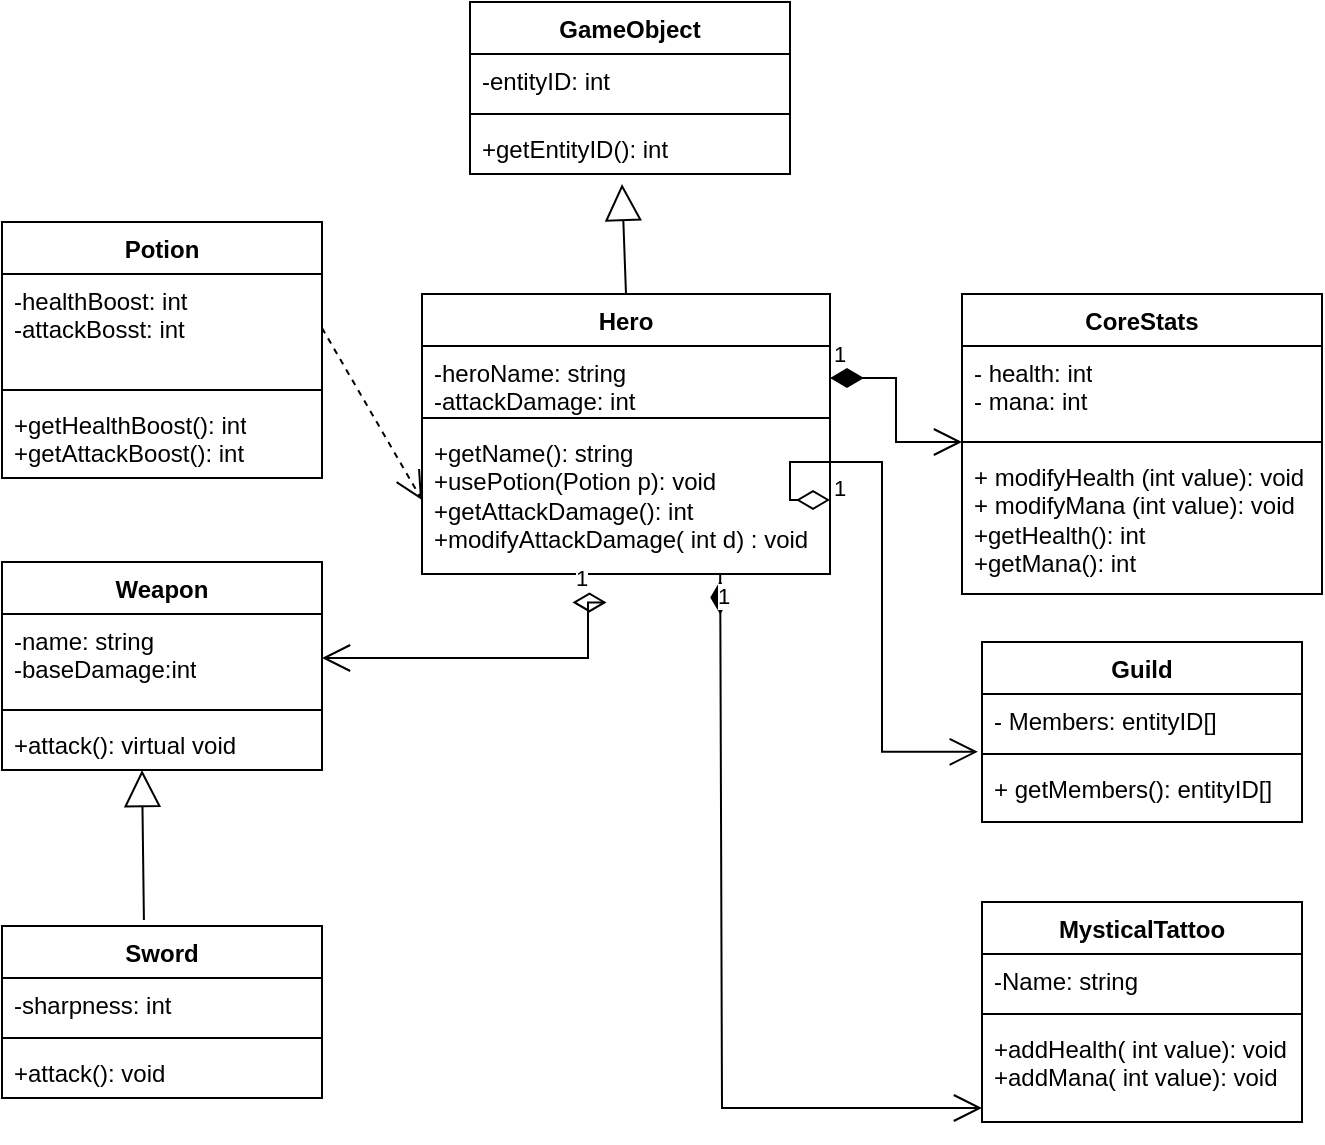
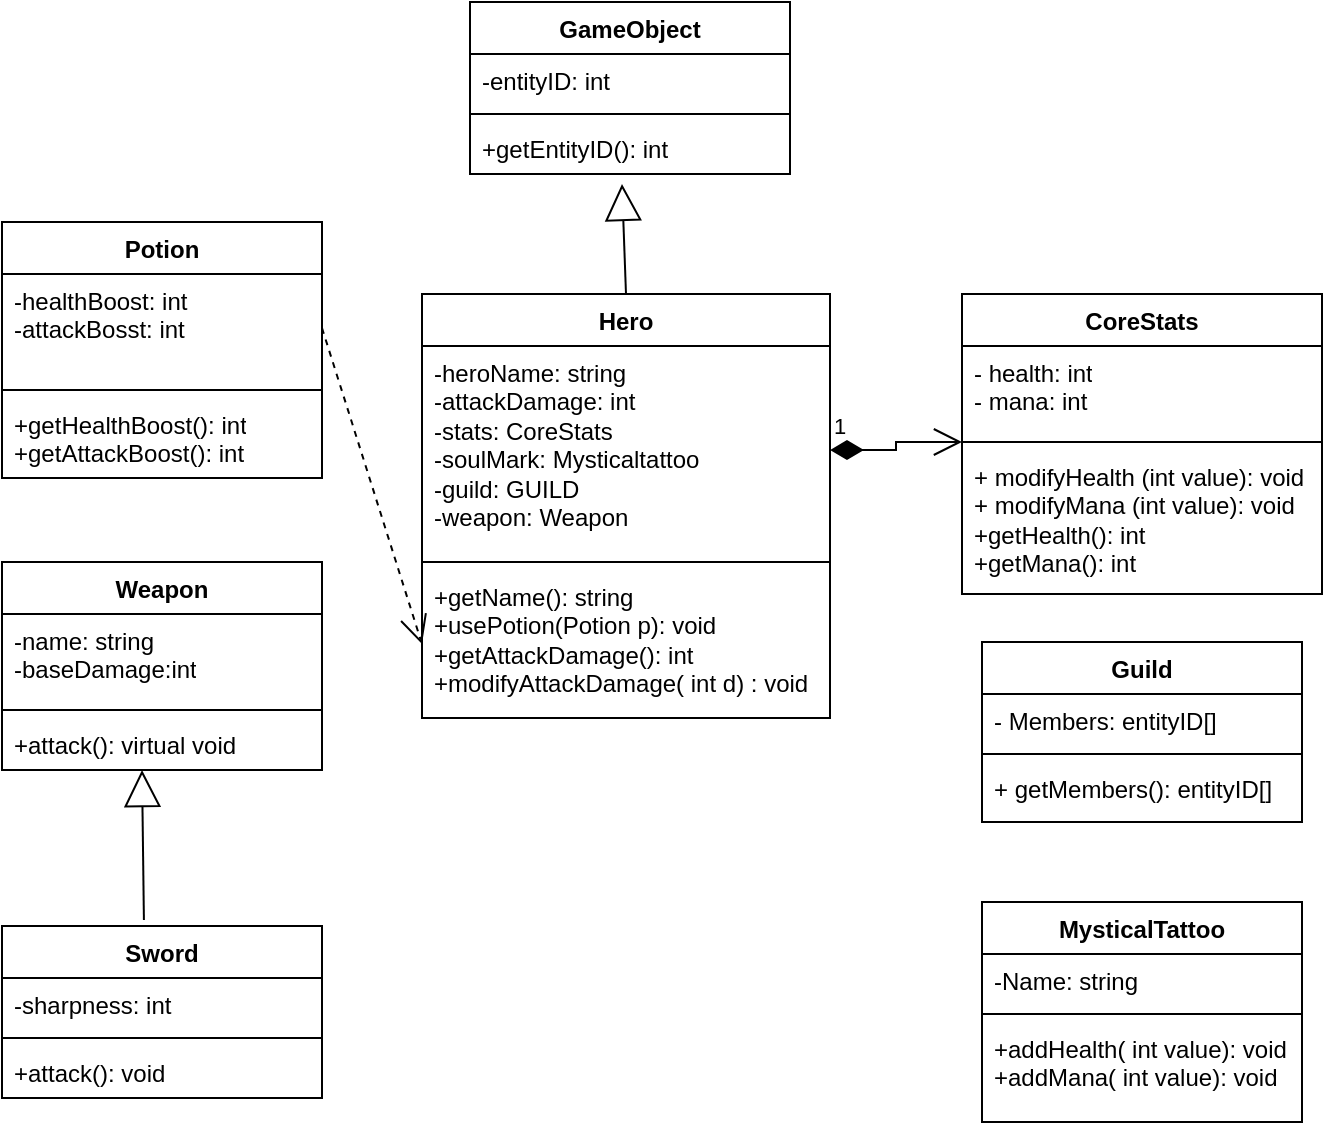
- <mxfile host="Electron" modified="2026-05-21T20:30:16.465Z" agent="Mozilla/5.0 (Windows NT 10.0; Win64; x64) AppleWebKit/537.36 (KHTML, like Gecko) draw.io/24.4.0 Chrome/120.0.6099.109 Electron/28.1.0 Safari/537.36" etag="jNCnLj4tT-knDkGdtF-_" version="24.4.0" type="device">
+ <mxfile host="Electron" modified="2026-05-21T22:03:56.029Z" agent="Mozilla/5.0 (Windows NT 10.0; Win64; x64) AppleWebKit/537.36 (KHTML, like Gecko) draw.io/24.4.0 Chrome/120.0.6099.109 Electron/28.1.0 Safari/537.36" etag="3OSmOnO3zTKAAylb2RSe" version="24.4.0" type="device">
  <diagram id="C5RBs43oDa-KdzZeNtuy" name="Page-1">
-     <mxGraphModel dx="1016" dy="607" grid="1" gridSize="10" guides="1" tooltips="1" connect="1" arrows="1" fold="1" page="1" pageScale="1" pageWidth="827" pageHeight="1169" math="0" shadow="0">
+     <mxGraphModel dx="720" dy="430" grid="1" gridSize="10" guides="1" tooltips="1" connect="1" arrows="1" fold="1" page="1" pageScale="1" pageWidth="827" pageHeight="1169" math="0" shadow="0">
      <root>
        <mxCell id="WIyWlLk6GJQsqaUBKTNV-0" />
        <mxCell id="WIyWlLk6GJQsqaUBKTNV-1" parent="WIyWlLk6GJQsqaUBKTNV-0" />
        <mxCell id="p3vUgTUbWygCvYEN91rt-4" value="Hero" style="swimlane;fontStyle=1;align=center;verticalAlign=top;childLayout=stackLayout;horizontal=1;startSize=26;horizontalStack=0;resizeParent=1;resizeParentMax=0;resizeLast=0;collapsible=1;marginBottom=0;whiteSpace=wrap;html=1;" vertex="1" parent="WIyWlLk6GJQsqaUBKTNV-1">
-           <mxGeometry x="310" y="166" width="204" height="140" as="geometry" />
+           <mxGeometry x="310" y="166" width="204" height="212" as="geometry" />
        </mxCell>
-         <mxCell id="p3vUgTUbWygCvYEN91rt-5" value="-heroName: string&lt;div&gt;-attackDamage: int&lt;/div&gt;" style="text;strokeColor=none;fillColor=none;align=left;verticalAlign=top;spacingLeft=4;spacingRight=4;overflow=hidden;rotatable=0;points=[[0,0.5],[1,0.5]];portConstraint=eastwest;whiteSpace=wrap;html=1;" vertex="1" parent="p3vUgTUbWygCvYEN91rt-4">
-           <mxGeometry y="26" width="204" height="32" as="geometry" />
+         <mxCell id="p3vUgTUbWygCvYEN91rt-5" value="-heroName: string&lt;div&gt;-attackDamage: int&lt;/div&gt;&lt;div&gt;-stats: CoreStats&lt;/div&gt;&lt;div&gt;-soulMark: Mysticaltattoo&lt;/div&gt;&lt;div&gt;-guild: GUILD&lt;/div&gt;&lt;div&gt;-weapon: Weapon&lt;/div&gt;&lt;div&gt;&lt;br&gt;&lt;/div&gt;" style="text;strokeColor=none;fillColor=none;align=left;verticalAlign=top;spacingLeft=4;spacingRight=4;overflow=hidden;rotatable=0;points=[[0,0.5],[1,0.5]];portConstraint=eastwest;whiteSpace=wrap;html=1;" vertex="1" parent="p3vUgTUbWygCvYEN91rt-4">
+           <mxGeometry y="26" width="204" height="104" as="geometry" />
        </mxCell>
        <mxCell id="p3vUgTUbWygCvYEN91rt-6" value="" style="line;strokeWidth=1;fillColor=none;align=left;verticalAlign=middle;spacingTop=-1;spacingLeft=3;spacingRight=3;rotatable=0;labelPosition=right;points=[];portConstraint=eastwest;strokeColor=inherit;" vertex="1" parent="p3vUgTUbWygCvYEN91rt-4">
-           <mxGeometry y="58" width="204" height="8" as="geometry" />
+           <mxGeometry y="130" width="204" height="8" as="geometry" />
        </mxCell>
        <mxCell id="p3vUgTUbWygCvYEN91rt-7" value="+getName(): string&lt;div&gt;+usePotion(Potion p): void&lt;/div&gt;&lt;div&gt;+getAttackDamage(): int&lt;/div&gt;&lt;div&gt;+modifyAttackDamage( int d) : void&lt;/div&gt;&lt;div&gt;&lt;br&gt;&lt;div&gt;&lt;br&gt;&lt;/div&gt;&lt;/div&gt;" style="text;strokeColor=none;fillColor=none;align=left;verticalAlign=top;spacingLeft=4;spacingRight=4;overflow=hidden;rotatable=0;points=[[0,0.5],[1,0.5]];portConstraint=eastwest;whiteSpace=wrap;html=1;" vertex="1" parent="p3vUgTUbWygCvYEN91rt-4">
-           <mxGeometry y="66" width="204" height="74" as="geometry" />
+           <mxGeometry y="138" width="204" height="74" as="geometry" />
        </mxCell>
        <mxCell id="p3vUgTUbWygCvYEN91rt-8" value="CoreStats" style="swimlane;fontStyle=1;align=center;verticalAlign=top;childLayout=stackLayout;horizontal=1;startSize=26;horizontalStack=0;resizeParent=1;resizeParentMax=0;resizeLast=0;collapsible=1;marginBottom=0;whiteSpace=wrap;html=1;" vertex="1" parent="WIyWlLk6GJQsqaUBKTNV-1">
          <mxGeometry x="580" y="166" width="180" height="150" as="geometry" />
        </mxCell>
        <mxCell id="p3vUgTUbWygCvYEN91rt-9" value="- health: int&lt;div&gt;- mana: int&lt;/div&gt;" style="text;strokeColor=none;fillColor=none;align=left;verticalAlign=top;spacingLeft=4;spacingRight=4;overflow=hidden;rotatable=0;points=[[0,0.5],[1,0.5]];portConstraint=eastwest;whiteSpace=wrap;html=1;" vertex="1" parent="p3vUgTUbWygCvYEN91rt-8">
          <mxGeometry y="26" width="180" height="44" as="geometry" />
        </mxCell>
        <mxCell id="p3vUgTUbWygCvYEN91rt-10" value="" style="line;strokeWidth=1;fillColor=none;align=left;verticalAlign=middle;spacingTop=-1;spacingLeft=3;spacingRight=3;rotatable=0;labelPosition=right;points=[];portConstraint=eastwest;strokeColor=inherit;" vertex="1" parent="p3vUgTUbWygCvYEN91rt-8">
          <mxGeometry y="70" width="180" height="8" as="geometry" />
        </mxCell>
        <mxCell id="p3vUgTUbWygCvYEN91rt-11" value="+ modifyHealth (int value): void&lt;div&gt;+ modifyMana (int value): void&lt;/div&gt;&lt;div&gt;+getHealth(): int&lt;/div&gt;&lt;div&gt;+getMana(): int&lt;/div&gt;&lt;div&gt;&lt;br&gt;&lt;div&gt;&lt;br&gt;&lt;/div&gt;&lt;/div&gt;" style="text;strokeColor=none;fillColor=none;align=left;verticalAlign=top;spacingLeft=4;spacingRight=4;overflow=hidden;rotatable=0;points=[[0,0.5],[1,0.5]];portConstraint=eastwest;whiteSpace=wrap;html=1;" vertex="1" parent="p3vUgTUbWygCvYEN91rt-8">
          <mxGeometry y="78" width="180" height="72" as="geometry" />
        </mxCell>
        <mxCell id="p3vUgTUbWygCvYEN91rt-12" value="MysticalTattoo" style="swimlane;fontStyle=1;align=center;verticalAlign=top;childLayout=stackLayout;horizontal=1;startSize=26;horizontalStack=0;resizeParent=1;resizeParentMax=0;resizeLast=0;collapsible=1;marginBottom=0;whiteSpace=wrap;html=1;" vertex="1" parent="WIyWlLk6GJQsqaUBKTNV-1">
          <mxGeometry x="590" y="470" width="160" height="110" as="geometry" />
        </mxCell>
        <mxCell id="p3vUgTUbWygCvYEN91rt-13" value="-Name: string" style="text;strokeColor=none;fillColor=none;align=left;verticalAlign=top;spacingLeft=4;spacingRight=4;overflow=hidden;rotatable=0;points=[[0,0.5],[1,0.5]];portConstraint=eastwest;whiteSpace=wrap;html=1;" vertex="1" parent="p3vUgTUbWygCvYEN91rt-12">
          <mxGeometry y="26" width="160" height="26" as="geometry" />
        </mxCell>
        <mxCell id="p3vUgTUbWygCvYEN91rt-14" value="" style="line;strokeWidth=1;fillColor=none;align=left;verticalAlign=middle;spacingTop=-1;spacingLeft=3;spacingRight=3;rotatable=0;labelPosition=right;points=[];portConstraint=eastwest;strokeColor=inherit;" vertex="1" parent="p3vUgTUbWygCvYEN91rt-12">
          <mxGeometry y="52" width="160" height="8" as="geometry" />
        </mxCell>
        <mxCell id="p3vUgTUbWygCvYEN91rt-15" value="+addHealth( int value): void&lt;div&gt;+addMana( int value): void&lt;/div&gt;" style="text;strokeColor=none;fillColor=none;align=left;verticalAlign=top;spacingLeft=4;spacingRight=4;overflow=hidden;rotatable=0;points=[[0,0.5],[1,0.5]];portConstraint=eastwest;whiteSpace=wrap;html=1;" vertex="1" parent="p3vUgTUbWygCvYEN91rt-12">
          <mxGeometry y="60" width="160" height="50" as="geometry" />
        </mxCell>
        <mxCell id="p3vUgTUbWygCvYEN91rt-16" value="Guild" style="swimlane;fontStyle=1;align=center;verticalAlign=top;childLayout=stackLayout;horizontal=1;startSize=26;horizontalStack=0;resizeParent=1;resizeParentMax=0;resizeLast=0;collapsible=1;marginBottom=0;whiteSpace=wrap;html=1;" vertex="1" parent="WIyWlLk6GJQsqaUBKTNV-1">
          <mxGeometry x="590" y="340" width="160" height="90" as="geometry" />
        </mxCell>
        <mxCell id="p3vUgTUbWygCvYEN91rt-17" value="- Members: entityID[]" style="text;strokeColor=none;fillColor=none;align=left;verticalAlign=top;spacingLeft=4;spacingRight=4;overflow=hidden;rotatable=0;points=[[0,0.5],[1,0.5]];portConstraint=eastwest;whiteSpace=wrap;html=1;" vertex="1" parent="p3vUgTUbWygCvYEN91rt-16">
          <mxGeometry y="26" width="160" height="26" as="geometry" />
        </mxCell>
        <mxCell id="p3vUgTUbWygCvYEN91rt-18" value="" style="line;strokeWidth=1;fillColor=none;align=left;verticalAlign=middle;spacingTop=-1;spacingLeft=3;spacingRight=3;rotatable=0;labelPosition=right;points=[];portConstraint=eastwest;strokeColor=inherit;" vertex="1" parent="p3vUgTUbWygCvYEN91rt-16">
          <mxGeometry y="52" width="160" height="8" as="geometry" />
        </mxCell>
        <mxCell id="p3vUgTUbWygCvYEN91rt-19" value="+ getMembers(): entityID[]&lt;div&gt;&lt;br&gt;&lt;/div&gt;" style="text;strokeColor=none;fillColor=none;align=left;verticalAlign=top;spacingLeft=4;spacingRight=4;overflow=hidden;rotatable=0;points=[[0,0.5],[1,0.5]];portConstraint=eastwest;whiteSpace=wrap;html=1;" vertex="1" parent="p3vUgTUbWygCvYEN91rt-16">
          <mxGeometry y="60" width="160" height="30" as="geometry" />
        </mxCell>
        <mxCell id="p3vUgTUbWygCvYEN91rt-20" value="Weapon" style="swimlane;fontStyle=1;align=center;verticalAlign=top;childLayout=stackLayout;horizontal=1;startSize=26;horizontalStack=0;resizeParent=1;resizeParentMax=0;resizeLast=0;collapsible=1;marginBottom=0;whiteSpace=wrap;html=1;" vertex="1" parent="WIyWlLk6GJQsqaUBKTNV-1">
          <mxGeometry x="100" y="300" width="160" height="104" as="geometry" />
        </mxCell>
        <mxCell id="p3vUgTUbWygCvYEN91rt-21" value="-name: string&lt;div&gt;-baseDamage:int&lt;br&gt;&lt;div&gt;&lt;br&gt;&lt;/div&gt;&lt;/div&gt;" style="text;strokeColor=none;fillColor=none;align=left;verticalAlign=top;spacingLeft=4;spacingRight=4;overflow=hidden;rotatable=0;points=[[0,0.5],[1,0.5]];portConstraint=eastwest;whiteSpace=wrap;html=1;" vertex="1" parent="p3vUgTUbWygCvYEN91rt-20">
          <mxGeometry y="26" width="160" height="44" as="geometry" />
        </mxCell>
        <mxCell id="p3vUgTUbWygCvYEN91rt-22" value="" style="line;strokeWidth=1;fillColor=none;align=left;verticalAlign=middle;spacingTop=-1;spacingLeft=3;spacingRight=3;rotatable=0;labelPosition=right;points=[];portConstraint=eastwest;strokeColor=inherit;" vertex="1" parent="p3vUgTUbWygCvYEN91rt-20">
          <mxGeometry y="70" width="160" height="8" as="geometry" />
        </mxCell>
        <mxCell id="p3vUgTUbWygCvYEN91rt-23" value="+attack(): virtual void" style="text;strokeColor=none;fillColor=none;align=left;verticalAlign=top;spacingLeft=4;spacingRight=4;overflow=hidden;rotatable=0;points=[[0,0.5],[1,0.5]];portConstraint=eastwest;whiteSpace=wrap;html=1;" vertex="1" parent="p3vUgTUbWygCvYEN91rt-20">
          <mxGeometry y="78" width="160" height="26" as="geometry" />
        </mxCell>
        <mxCell id="p3vUgTUbWygCvYEN91rt-24" value="Potion" style="swimlane;fontStyle=1;align=center;verticalAlign=top;childLayout=stackLayout;horizontal=1;startSize=26;horizontalStack=0;resizeParent=1;resizeParentMax=0;resizeLast=0;collapsible=1;marginBottom=0;whiteSpace=wrap;html=1;" vertex="1" parent="WIyWlLk6GJQsqaUBKTNV-1">
          <mxGeometry x="100" y="130" width="160" height="128" as="geometry" />
        </mxCell>
        <mxCell id="p3vUgTUbWygCvYEN91rt-25" value="-healthBoost: int&lt;div&gt;-attackBosst: int&lt;/div&gt;" style="text;strokeColor=none;fillColor=none;align=left;verticalAlign=top;spacingLeft=4;spacingRight=4;overflow=hidden;rotatable=0;points=[[0,0.5],[1,0.5]];portConstraint=eastwest;whiteSpace=wrap;html=1;" vertex="1" parent="p3vUgTUbWygCvYEN91rt-24">
          <mxGeometry y="26" width="160" height="54" as="geometry" />
        </mxCell>
        <mxCell id="p3vUgTUbWygCvYEN91rt-26" value="" style="line;strokeWidth=1;fillColor=none;align=left;verticalAlign=middle;spacingTop=-1;spacingLeft=3;spacingRight=3;rotatable=0;labelPosition=right;points=[];portConstraint=eastwest;strokeColor=inherit;" vertex="1" parent="p3vUgTUbWygCvYEN91rt-24">
          <mxGeometry y="80" width="160" height="8" as="geometry" />
        </mxCell>
        <mxCell id="p3vUgTUbWygCvYEN91rt-27" value="+getHealthBoost(): int&lt;div&gt;+getAttackBoost(): int&lt;/div&gt;" style="text;strokeColor=none;fillColor=none;align=left;verticalAlign=top;spacingLeft=4;spacingRight=4;overflow=hidden;rotatable=0;points=[[0,0.5],[1,0.5]];portConstraint=eastwest;whiteSpace=wrap;html=1;" vertex="1" parent="p3vUgTUbWygCvYEN91rt-24">
          <mxGeometry y="88" width="160" height="40" as="geometry" />
        </mxCell>
        <mxCell id="p3vUgTUbWygCvYEN91rt-28" value="Sword" style="swimlane;fontStyle=1;align=center;verticalAlign=top;childLayout=stackLayout;horizontal=1;startSize=26;horizontalStack=0;resizeParent=1;resizeParentMax=0;resizeLast=0;collapsible=1;marginBottom=0;whiteSpace=wrap;html=1;" vertex="1" parent="WIyWlLk6GJQsqaUBKTNV-1">
          <mxGeometry x="100" y="482" width="160" height="86" as="geometry" />
        </mxCell>
        <mxCell id="p3vUgTUbWygCvYEN91rt-29" value="-sharpness: int" style="text;strokeColor=none;fillColor=none;align=left;verticalAlign=top;spacingLeft=4;spacingRight=4;overflow=hidden;rotatable=0;points=[[0,0.5],[1,0.5]];portConstraint=eastwest;whiteSpace=wrap;html=1;" vertex="1" parent="p3vUgTUbWygCvYEN91rt-28">
          <mxGeometry y="26" width="160" height="26" as="geometry" />
        </mxCell>
        <mxCell id="p3vUgTUbWygCvYEN91rt-30" value="" style="line;strokeWidth=1;fillColor=none;align=left;verticalAlign=middle;spacingTop=-1;spacingLeft=3;spacingRight=3;rotatable=0;labelPosition=right;points=[];portConstraint=eastwest;strokeColor=inherit;" vertex="1" parent="p3vUgTUbWygCvYEN91rt-28">
          <mxGeometry y="52" width="160" height="8" as="geometry" />
        </mxCell>
        <mxCell id="p3vUgTUbWygCvYEN91rt-31" value="+attack(): void" style="text;strokeColor=none;fillColor=none;align=left;verticalAlign=top;spacingLeft=4;spacingRight=4;overflow=hidden;rotatable=0;points=[[0,0.5],[1,0.5]];portConstraint=eastwest;whiteSpace=wrap;html=1;" vertex="1" parent="p3vUgTUbWygCvYEN91rt-28">
          <mxGeometry y="60" width="160" height="26" as="geometry" />
        </mxCell>
        <mxCell id="p3vUgTUbWygCvYEN91rt-33" value="GameObject" style="swimlane;fontStyle=1;align=center;verticalAlign=top;childLayout=stackLayout;horizontal=1;startSize=26;horizontalStack=0;resizeParent=1;resizeParentMax=0;resizeLast=0;collapsible=1;marginBottom=0;whiteSpace=wrap;html=1;" vertex="1" parent="WIyWlLk6GJQsqaUBKTNV-1">
          <mxGeometry x="334" y="20" width="160" height="86" as="geometry" />
        </mxCell>
        <mxCell id="p3vUgTUbWygCvYEN91rt-34" value="-entityID: int" style="text;strokeColor=none;fillColor=none;align=left;verticalAlign=top;spacingLeft=4;spacingRight=4;overflow=hidden;rotatable=0;points=[[0,0.5],[1,0.5]];portConstraint=eastwest;whiteSpace=wrap;html=1;" vertex="1" parent="p3vUgTUbWygCvYEN91rt-33">
          <mxGeometry y="26" width="160" height="26" as="geometry" />
        </mxCell>
        <mxCell id="p3vUgTUbWygCvYEN91rt-35" value="" style="line;strokeWidth=1;fillColor=none;align=left;verticalAlign=middle;spacingTop=-1;spacingLeft=3;spacingRight=3;rotatable=0;labelPosition=right;points=[];portConstraint=eastwest;strokeColor=inherit;" vertex="1" parent="p3vUgTUbWygCvYEN91rt-33">
          <mxGeometry y="52" width="160" height="8" as="geometry" />
        </mxCell>
        <mxCell id="p3vUgTUbWygCvYEN91rt-36" value="+getEntityID(): int" style="text;strokeColor=none;fillColor=none;align=left;verticalAlign=top;spacingLeft=4;spacingRight=4;overflow=hidden;rotatable=0;points=[[0,0.5],[1,0.5]];portConstraint=eastwest;whiteSpace=wrap;html=1;" vertex="1" parent="p3vUgTUbWygCvYEN91rt-33">
          <mxGeometry y="60" width="160" height="26" as="geometry" />
        </mxCell>
        <mxCell id="p3vUgTUbWygCvYEN91rt-41" value="" style="endArrow=block;endSize=16;endFill=0;html=1;rounded=0;exitX=0.5;exitY=0;exitDx=0;exitDy=0;entryX=0.475;entryY=1.192;entryDx=0;entryDy=0;entryPerimeter=0;" edge="1" parent="WIyWlLk6GJQsqaUBKTNV-1" source="p3vUgTUbWygCvYEN91rt-4" target="p3vUgTUbWygCvYEN91rt-36">
          <mxGeometry width="160" relative="1" as="geometry">
            <mxPoint x="330" y="270" as="sourcePoint" />
            <mxPoint x="490" y="270" as="targetPoint" />
          </mxGeometry>
        </mxCell>
        <mxCell id="p3vUgTUbWygCvYEN91rt-42" value="" style="endArrow=block;endSize=16;endFill=0;html=1;rounded=0;exitX=0.5;exitY=0;exitDx=0;exitDy=0;" edge="1" parent="WIyWlLk6GJQsqaUBKTNV-1">
          <mxGeometry width="160" relative="1" as="geometry">
            <mxPoint x="170.95999999999995" y="479" as="sourcePoint" />
            <mxPoint x="170" y="404" as="targetPoint" />
          </mxGeometry>
        </mxCell>
        <mxCell id="p3vUgTUbWygCvYEN91rt-43" value="1" style="endArrow=open;html=1;endSize=12;startArrow=diamondThin;startSize=14;startFill=1;edgeStyle=orthogonalEdgeStyle;align=left;verticalAlign=bottom;rounded=0;exitX=1;exitY=0.5;exitDx=0;exitDy=0;entryX=0;entryY=1.091;entryDx=0;entryDy=0;entryPerimeter=0;" edge="1" parent="WIyWlLk6GJQsqaUBKTNV-1" source="p3vUgTUbWygCvYEN91rt-5" target="p3vUgTUbWygCvYEN91rt-9">
          <mxGeometry x="-1" y="3" relative="1" as="geometry">
            <mxPoint x="340" y="340" as="sourcePoint" />
            <mxPoint x="500" y="340" as="targetPoint" />
          </mxGeometry>
        </mxCell>
-         <mxCell id="p3vUgTUbWygCvYEN91rt-45" value="1" style="endArrow=open;html=1;endSize=12;startArrow=diamondThin;startSize=14;startFill=1;edgeStyle=orthogonalEdgeStyle;align=left;verticalAlign=bottom;rounded=0;entryX=0;entryY=0.5;entryDx=0;entryDy=0;exitX=0.731;exitY=1.03;exitDx=0;exitDy=0;exitPerimeter=0;" edge="1" parent="WIyWlLk6GJQsqaUBKTNV-1">
-           <mxGeometry x="-1" y="3" relative="1" as="geometry">
-             <mxPoint x="459.124" y="326.22" as="sourcePoint" />
-             <mxPoint x="590" y="573" as="targetPoint" />
-             <Array as="points">
-               <mxPoint x="460" y="306" />
-               <mxPoint x="460" y="573" />
-             </Array>
-           </mxGeometry>
-         </mxCell>
-         <mxCell id="p3vUgTUbWygCvYEN91rt-46" value="1" style="endArrow=open;html=1;endSize=12;startArrow=diamondThin;startSize=14;startFill=0;edgeStyle=orthogonalEdgeStyle;align=left;verticalAlign=bottom;rounded=0;entryX=-0.013;entryY=1.111;entryDx=0;entryDy=0;entryPerimeter=0;exitX=1;exitY=0.5;exitDx=0;exitDy=0;" edge="1" parent="WIyWlLk6GJQsqaUBKTNV-1" source="p3vUgTUbWygCvYEN91rt-7" target="p3vUgTUbWygCvYEN91rt-17">
-           <mxGeometry x="-1" y="3" relative="1" as="geometry">
-             <mxPoint x="260" y="390" as="sourcePoint" />
-             <mxPoint x="420" y="390" as="targetPoint" />
-             <Array as="points">
-               <mxPoint x="494" y="250" />
-               <mxPoint x="540" y="250" />
-               <mxPoint x="540" y="395" />
-             </Array>
-           </mxGeometry>
-         </mxCell>
-         <mxCell id="p3vUgTUbWygCvYEN91rt-47" value="1" style="endArrow=open;html=1;endSize=12;startArrow=diamondThin;startSize=14;startFill=0;edgeStyle=orthogonalEdgeStyle;align=left;verticalAlign=bottom;rounded=0;exitX=0.369;exitY=1.192;exitDx=0;exitDy=0;exitPerimeter=0;entryX=1;entryY=0.5;entryDx=0;entryDy=0;" edge="1" parent="WIyWlLk6GJQsqaUBKTNV-1" source="p3vUgTUbWygCvYEN91rt-7" target="p3vUgTUbWygCvYEN91rt-21">
-           <mxGeometry x="-1" y="3" relative="1" as="geometry">
-             <mxPoint x="260" y="390" as="sourcePoint" />
-             <mxPoint x="370" y="460" as="targetPoint" />
-             <Array as="points">
-               <mxPoint x="393" y="348" />
-             </Array>
-           </mxGeometry>
-         </mxCell>
        <mxCell id="p3vUgTUbWygCvYEN91rt-49" value="" style="endArrow=open;endSize=12;dashed=1;html=1;rounded=0;entryX=0;entryY=0.5;entryDx=0;entryDy=0;exitX=1;exitY=0.5;exitDx=0;exitDy=0;" edge="1" parent="WIyWlLk6GJQsqaUBKTNV-1" source="p3vUgTUbWygCvYEN91rt-25" target="p3vUgTUbWygCvYEN91rt-7">
          <mxGeometry width="160" relative="1" as="geometry">
            <mxPoint x="260" y="390" as="sourcePoint" />
            <mxPoint x="420" y="390" as="targetPoint" />
          </mxGeometry>
        </mxCell>
      </root>
    </mxGraphModel>
  </diagram>
</mxfile>
